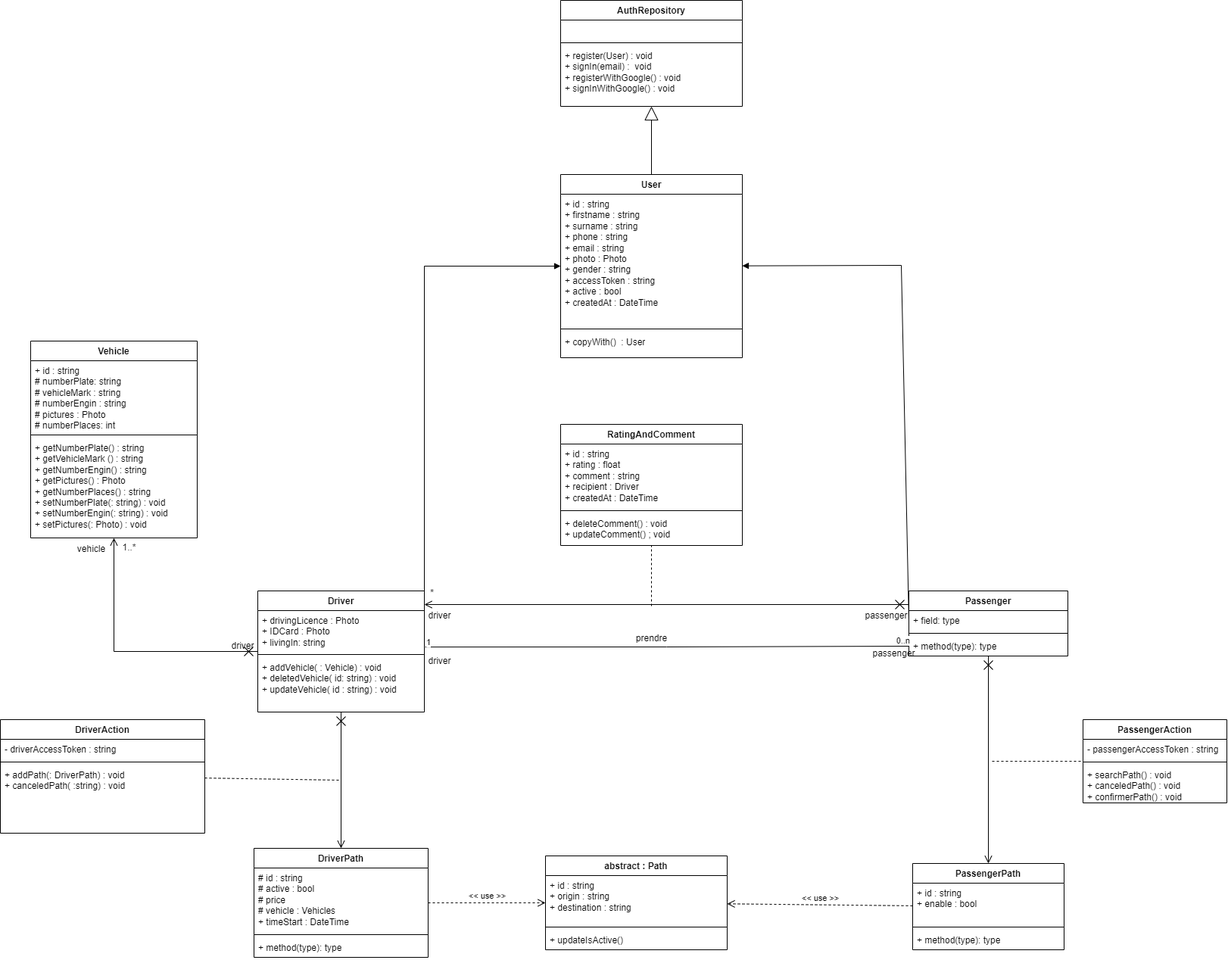
Earlier version of the draw.io export assets/class_diagram.png (Jude200/tp_genie_logiciel). Source tidied: cells renumbered, new cells last; positions are measured from the earlier drawing's top-left corner, leaving out a move shared by most shapes.
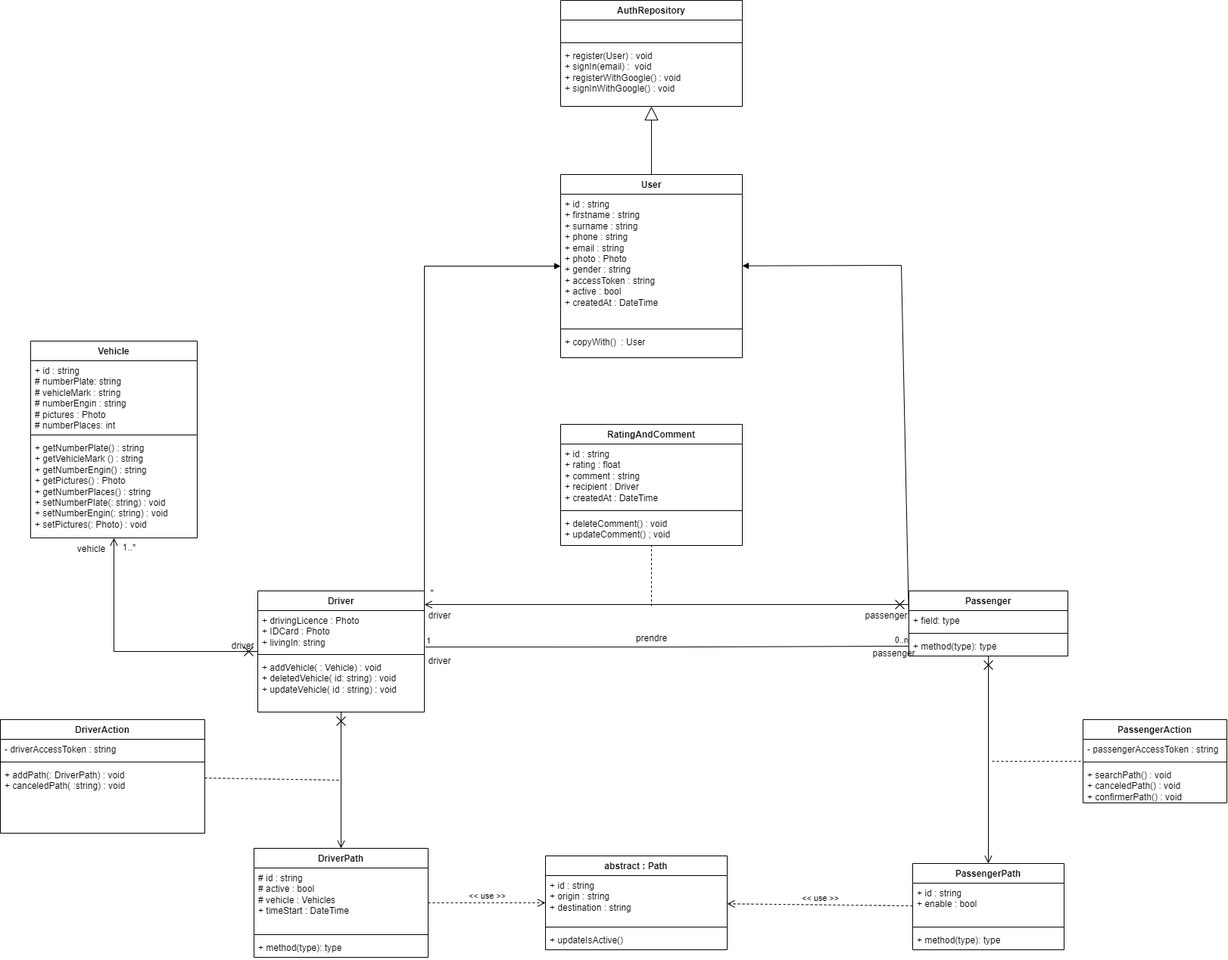
Later version of the same file.

Diff of the diagram source:
```diff
@@ -77,7 +77,7 @@
     <mxCell id="26" value="DriverPath" style="swimlane;fontStyle=1;align=center;verticalAlign=top;horizontal=1;startSize=26;whiteSpace=wrap;html=1;" parent="1" vertex="1">
       <mxGeometry x="335" y="1120" width="230" height="144" as="geometry" />
     </mxCell>
-    <mxCell id="27" value="# id : string&lt;br&gt;# active : bool&lt;br&gt;# price&lt;br&gt;# vehicle : Vehicles&lt;br&gt;+ timeStart : DateTime" style="text;strokeColor=none;fillColor=none;align=left;verticalAlign=top;spacingLeft=4;spacingRight=4;overflow=hidden;whiteSpace=wrap;html=1;" parent="26" vertex="1">
+    <mxCell id="27" value="# id : string&lt;br&gt;# active : bool&lt;br&gt;# vehicle : Vehicles&lt;br&gt;+ timeStart : DateTime" style="text;strokeColor=none;fillColor=none;align=left;verticalAlign=top;spacingLeft=4;spacingRight=4;overflow=hidden;whiteSpace=wrap;html=1;" parent="26" vertex="1">
       <mxGeometry y="26" width="230" height="84" as="geometry" />
     </mxCell>
     <mxCell id="28" style="line;strokeWidth=1;fillColor=none;align=left;verticalAlign=middle;spacingTop=-1;spacingLeft=3;spacingRight=3;labelPosition=right;strokeColor=inherit;" parent="26" vertex="1">
```
